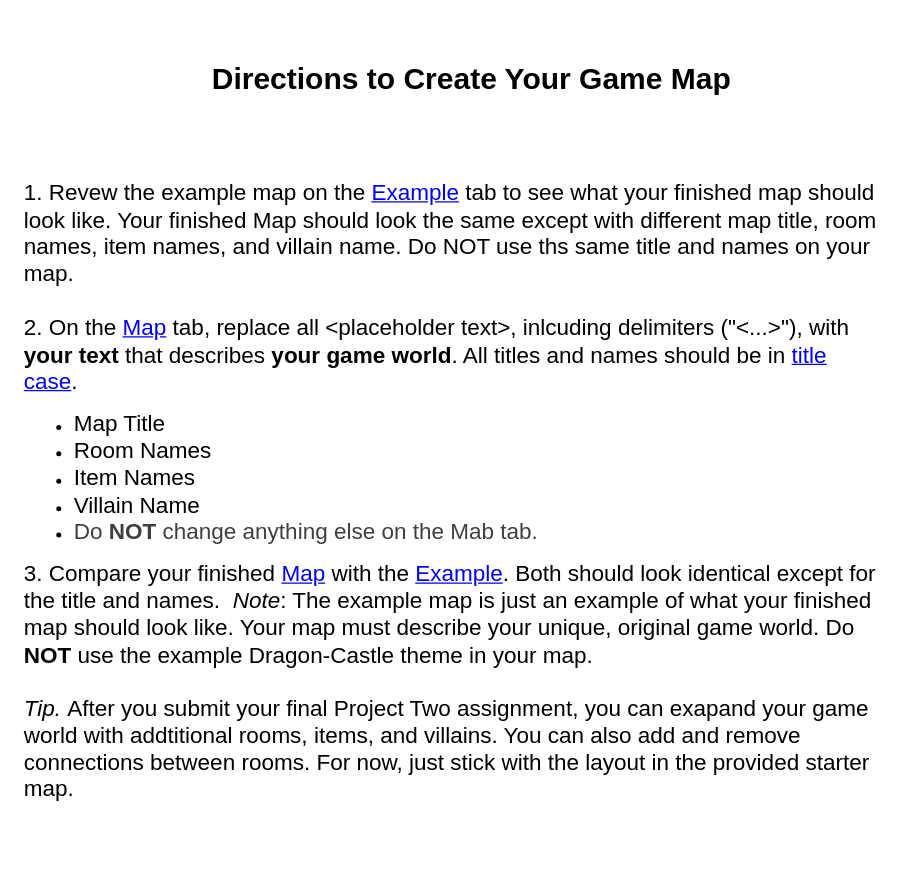
This is page "README" (2 of 4) of design/game_map.drawio from JonLambert124/Queens-Castle, a draw.io file, before an edit. Source tidied: cells renumbered, new cells numbered last; positions are measured from the earlier drawing's top-left corner, leaving out a move shared by most shapes. Both pictures are drawn from the tidied source at 125%, with x=0, y=0 at pixel (21, 48).
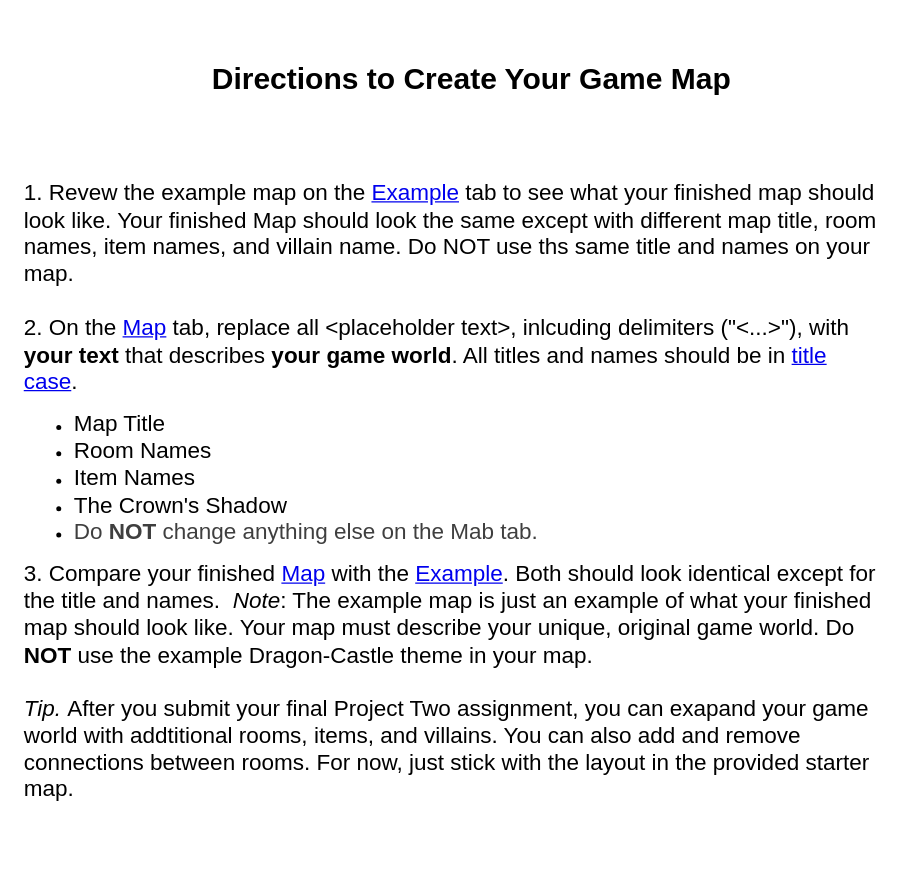
Above is the later version.

Diff of the diagram source:
```diff
@@
 <mxGraphModel background="#ffffff">
   <root>
     <mxCell id="0" />
     <mxCell id="1" parent="0" />
     <mxCell id="2" value="&lt;h4&gt;Directions to Create Your Game Map&lt;/h4&gt;" style="text;html=1;align=center;verticalAlign=middle;whiteSpace=wrap;rounded=0;fontSize=24;" parent="1" vertex="1">
       <mxGeometry x="140" width="440" height="50" as="geometry" />
     </mxCell>
-    <mxCell id="3" value="&lt;div&gt;&lt;font style=&quot;font-size: 18px;&quot;&gt;1. Revew the example map on the &lt;a href=&quot;data:page/id,E0RcvYQW2tOlB-kFRd9z&quot;&gt;Example&lt;/a&gt; tab to see what your finished map should look like. Your finished Map should look the same except with different map title, room names, item names, and villain name. Do NOT use ths same title and names on your map.&lt;/font&gt;&lt;/div&gt;&lt;div&gt;&lt;font style=&quot;font-size: 18px;&quot;&gt;&lt;br&gt;&lt;/font&gt;&lt;/div&gt;&lt;div&gt;&lt;font style=&quot;font-size: 18px;&quot;&gt;2. On the &lt;a href=&quot;data:page/id,BxN_fVSwImqooR-HojqY&quot;&gt;Map&lt;/a&gt;&amp;nbsp;tab, replace all &amp;lt;placeholder text&amp;gt;, inlcuding delimiters (&quot;&amp;lt;...&amp;gt;&quot;), with &lt;b&gt;your text&lt;/b&gt; that describes &lt;b&gt;your game world&lt;/b&gt;. All titles and names should be in &lt;a href=&quot;https://www.grammarly.com/blog/sentences/title-case-sentence-case/&quot;&gt;title case&lt;/a&gt;.&amp;nbsp;&lt;/font&gt;&lt;/div&gt;&lt;div&gt;&lt;ul&gt;&lt;li&gt;&lt;font style=&quot;font-size: 18px;&quot;&gt;Map Title&lt;/font&gt;&lt;/li&gt;&lt;li&gt;&lt;font style=&quot;font-size: 18px;&quot;&gt;Room Names&lt;/font&gt;&lt;/li&gt;&lt;li&gt;&lt;font style=&quot;font-size: 18px;&quot;&gt;Item Names&lt;/font&gt;&lt;/li&gt;&lt;li&gt;&lt;span style=&quot;font-size: 18px;&quot;&gt;Villain Name&lt;/span&gt;&lt;/li&gt;&lt;li&gt;&lt;span style=&quot;color: rgb(63, 63, 63); font-size: 18px; background-color: transparent;&quot;&gt;Do &lt;b&gt;NOT&lt;/b&gt; change anything else on the Mab tab.&lt;/span&gt;&lt;/li&gt;&lt;/ul&gt;&lt;/div&gt;&lt;div&gt;&lt;span style=&quot;background-color: transparent; font-size: 18px;&quot;&gt;3. Compare your finished &lt;a href=&quot;data:page/id,BxN_fVSwImqooR-HojqY&quot;&gt;Map&lt;/a&gt;&amp;nbsp;with the &lt;a href=&quot;data:page/id,E0RcvYQW2tOlB-kFRd9z&quot;&gt;Example&lt;/a&gt;. Both should look identical except for the title and names.&amp;nbsp; &lt;/span&gt;&lt;i style=&quot;background-color: transparent; font-size: 18px;&quot;&gt;Note&lt;/i&gt;&lt;span style=&quot;background-color: transparent; font-size: 18px;&quot;&gt;: The example map is just an example of what your finished map should look like. Your map must describe your unique, original game world. Do &lt;/span&gt;&lt;b style=&quot;background-color: transparent; font-size: 18px;&quot;&gt;NOT&lt;/b&gt;&lt;span style=&quot;background-color: transparent; font-size: 18px;&quot;&gt; use the example Dragon-Castle theme in your map.&lt;/span&gt;&lt;/div&gt;&lt;div&gt;&lt;span style=&quot;background-color: transparent; font-size: 18px;&quot;&gt;&lt;br&gt;&lt;/span&gt;&lt;/div&gt;&lt;div&gt;&lt;span style=&quot;font-size: 18px;&quot;&gt;&lt;i&gt;Tip. &lt;/i&gt;After you submit your final Project Two assignment, you can exapand your game world with addtitional rooms, items, and villains. You can also add and remove connections between rooms. For now, just stick with the layout in the provided starter map.&lt;/span&gt;&lt;span style=&quot;color: rgb(63, 63, 63); font-size: 18px; background-color: transparent;&quot;&gt;&amp;nbsp;&lt;/span&gt;&lt;/div&gt;" style="text;strokeColor=none;align=left;fillColor=none;html=1;verticalAlign=top;whiteSpace=wrap;rounded=0;" parent="1" vertex="1">
+    <mxCell id="3" value="&lt;div&gt;&lt;font style=&quot;font-size: 18px;&quot;&gt;1. Revew the example map on the &lt;a href=&quot;data:page/id,E0RcvYQW2tOlB-kFRd9z&quot;&gt;Example&lt;/a&gt; tab to see what your finished map should look like. Your finished Map should look the same except with different map title, room names, item names, and villain name. Do NOT use ths same title and names on your map.&lt;/font&gt;&lt;/div&gt;&lt;div&gt;&lt;font style=&quot;font-size: 18px;&quot;&gt;&lt;br&gt;&lt;/font&gt;&lt;/div&gt;&lt;div&gt;&lt;font style=&quot;font-size: 18px;&quot;&gt;2. On the &lt;a href=&quot;data:page/id,BxN_fVSwImqooR-HojqY&quot;&gt;Map&lt;/a&gt;&amp;nbsp;tab, replace all &amp;lt;placeholder text&amp;gt;, inlcuding delimiters (&quot;&amp;lt;...&amp;gt;&quot;), with &lt;b&gt;your text&lt;/b&gt; that describes &lt;b&gt;your game world&lt;/b&gt;. All titles and names should be in &lt;a href=&quot;https://www.grammarly.com/blog/sentences/title-case-sentence-case/&quot;&gt;title case&lt;/a&gt;.&amp;nbsp;&lt;/font&gt;&lt;/div&gt;&lt;div&gt;&lt;ul&gt;&lt;li&gt;&lt;font style=&quot;font-size: 18px;&quot;&gt;Map Title&lt;/font&gt;&lt;/li&gt;&lt;li&gt;&lt;font style=&quot;font-size: 18px;&quot;&gt;Room Names&lt;/font&gt;&lt;/li&gt;&lt;li&gt;&lt;font style=&quot;font-size: 18px;&quot;&gt;Item Names&lt;/font&gt;&lt;/li&gt;&lt;li&gt;&lt;span style=&quot;font-size: 18px;&quot;&gt;The Crown's Shadow&lt;/span&gt;&lt;/li&gt;&lt;li&gt;&lt;span style=&quot;color: rgb(63, 63, 63); font-size: 18px; background-color: transparent;&quot;&gt;Do &lt;b&gt;NOT&lt;/b&gt; change anything else on the Mab tab.&lt;/span&gt;&lt;/li&gt;&lt;/ul&gt;&lt;/div&gt;&lt;div&gt;&lt;span style=&quot;background-color: transparent; font-size: 18px;&quot;&gt;3. Compare your finished &lt;a href=&quot;data:page/id,BxN_fVSwImqooR-HojqY&quot;&gt;Map&lt;/a&gt;&amp;nbsp;with the &lt;a href=&quot;data:page/id,E0RcvYQW2tOlB-kFRd9z&quot;&gt;Example&lt;/a&gt;. Both should look identical except for the title and names.&amp;nbsp; &lt;/span&gt;&lt;i style=&quot;background-color: transparent; font-size: 18px;&quot;&gt;Note&lt;/i&gt;&lt;span style=&quot;background-color: transparent; font-size: 18px;&quot;&gt;: The example map is just an example of what your finished map should look like. Your map must describe your unique, original game world. Do &lt;/span&gt;&lt;b style=&quot;background-color: transparent; font-size: 18px;&quot;&gt;NOT&lt;/b&gt;&lt;span style=&quot;background-color: transparent; font-size: 18px;&quot;&gt; use the example Dragon-Castle theme in your map.&lt;/span&gt;&lt;/div&gt;&lt;div&gt;&lt;span style=&quot;background-color: transparent; font-size: 18px;&quot;&gt;&lt;br&gt;&lt;/span&gt;&lt;/div&gt;&lt;div&gt;&lt;span style=&quot;font-size: 18px;&quot;&gt;&lt;i&gt;Tip. &lt;/i&gt;After you submit your final Project Two assignment, you can exapand your game world with addtitional rooms, items, and villains. You can also add and remove connections between rooms. For now, just stick with the layout in the provided starter map.&lt;/span&gt;&lt;span style=&quot;color: rgb(63, 63, 63); font-size: 18px; background-color: transparent;&quot;&gt;&amp;nbsp;&lt;/span&gt;&lt;/div&gt;" style="text;strokeColor=none;align=left;fillColor=none;html=1;verticalAlign=top;whiteSpace=wrap;rounded=0;" parent="1" vertex="1">
       <mxGeometry y="99" width="690" height="560" as="geometry" />
     </mxCell>
   </root>
 </mxGraphModel>
```
